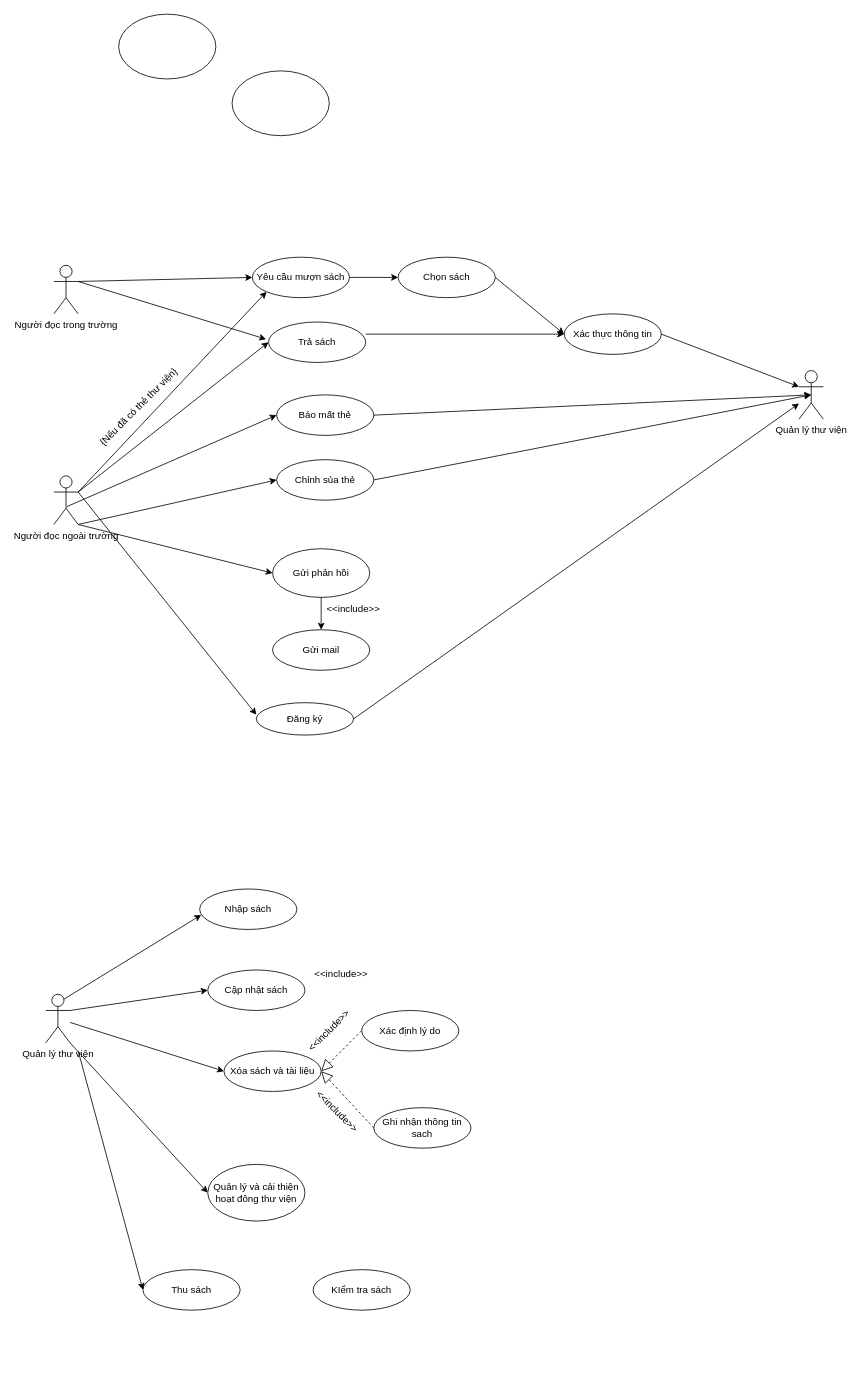
thanhtung12356/Project-library-management-system keeps this draw.io diagram as CNPM_Diagram.drawio. Above is the earlier version. Source tidied: cells renumbered, new cells numbered last; positions are measured from the earlier drawing's top-left corner, leaving out a move shared by most shapes. Both pictures are drawn from the tidied source at 81%, with x=0, y=0 at pixel (45, 14).
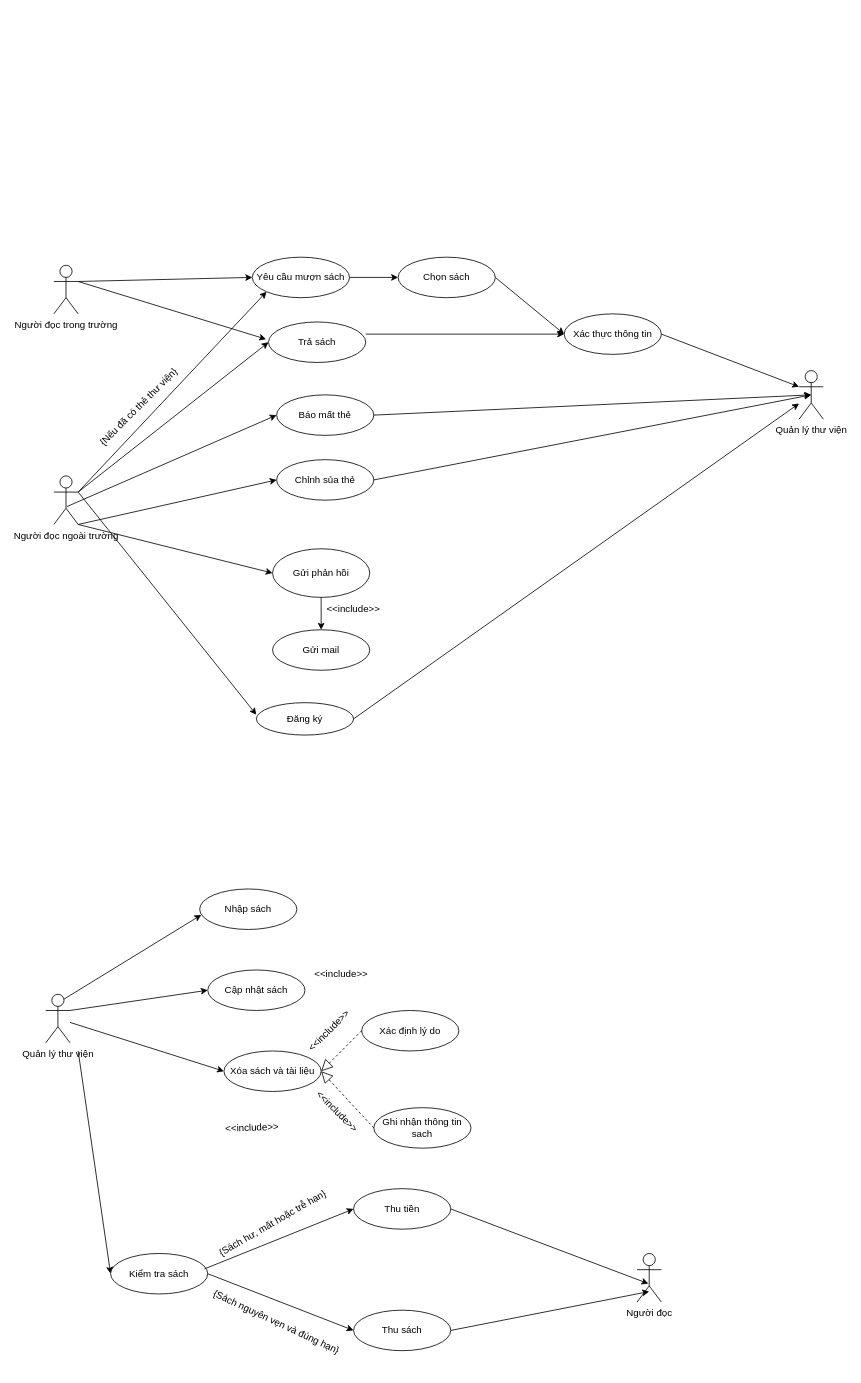
The same diagram, later.

Unchanged cells that the change refers to:
```xml
<mxCell id="35" value="Quản lý thư viện&lt;br&gt;" style="shape=umlActor;verticalLabelPosition=bottom;verticalAlign=top;html=1;" parent="1" vertex="1">
  <mxGeometry y="1210" width="30" height="60" as="geometry" />
</mxCell>
```

The edit, as a diff of the source:
```diff
@@
-    <mxCell id="5" style="ellipse;whiteSpace=wrap;html=1;" parent="1" vertex="1">
-      <mxGeometry x="90" width="120" height="80" as="geometry" />
-    </mxCell>
-    <mxCell id="6" style="ellipse;whiteSpace=wrap;html=1;" parent="1" vertex="1">
-      <mxGeometry x="230" y="70" width="120" height="80" as="geometry" />
-    </mxCell>
@@
-    <mxCell id="38" value="Quản lý và cải thiện hoạt đông thư viện" style="ellipse;whiteSpace=wrap;html=1;" parent="1" vertex="1">
-      <mxGeometry x="200" y="1420" width="120" height="70" as="geometry" />
-    </mxCell>
-    <mxCell id="39" value="Thu sách" style="ellipse;whiteSpace=wrap;html=1;" parent="1" vertex="1">
-      <mxGeometry x="120" y="1550" width="120" height="50" as="geometry" />
-    </mxCell>
@@
-    <mxCell id="48" style="endArrow=classic;html=1;rounded=0;exitX=1;exitY=1;exitDx=0;exitDy=0;exitPerimeter=0;entryX=0;entryY=0.5;entryDx=0;entryDy=0;" parent="1" edge="1" source="35" target="38">
-      <mxGeometry relative="1" as="geometry" />
-    </mxCell>
-    <mxCell id="49" style="endArrow=classic;html=1;rounded=0;exitX=1;exitY=1;exitDx=0;exitDy=0;exitPerimeter=0;entryX=0;entryY=0.5;entryDx=0;entryDy=0;" parent="1" edge="1" target="39">
+    <mxCell id="49" style="endArrow=classic;html=1;rounded=0;exitX=1;exitY=1;exitDx=0;exitDy=0;exitPerimeter=0;entryX=0;entryY=0.5;entryDx=0;entryDy=0;" parent="1" edge="1" target="52">
       <mxGeometry relative="1" as="geometry">
         <mxPoint x="40" y="1280" as="sourcePoint" />
       </mxGeometry>
     </mxCell>
@@
-    <mxCell id="52" value="KIểm tra sách" style="ellipse;whiteSpace=wrap;html=1;" parent="1" vertex="1">
-      <mxGeometry x="330" y="1550" width="120" height="50" as="geometry" />
+    <mxCell id="52" value="Kiểm tra sách" style="ellipse;whiteSpace=wrap;html=1;" parent="1" vertex="1">
+      <mxGeometry x="80" y="1530" width="120" height="50" as="geometry" />
     </mxCell>
+    <mxCell id="53" value="Người đọc&lt;br&gt;" style="shape=umlActor;verticalLabelPosition=bottom;verticalAlign=top;html=1;" parent="1" vertex="1">
+      <mxGeometry x="730" y="1530" width="30" height="60" as="geometry" />
+    </mxCell>
+    <mxCell id="54" value="&amp;lt;&amp;lt;include&amp;gt;&amp;gt;" style="text;html=1;strokeColor=none;fillColor=none;align=center;verticalAlign=middle;whiteSpace=wrap;rounded=0;rotation=-2;" parent="1" vertex="1">
+      <mxGeometry x="225" y="1360" width="60" height="30" as="geometry" />
+    </mxCell>
+    <mxCell id="55" style="endArrow=classic;html=1;rounded=0;entryX=0.467;entryY=0.621;entryDx=0;entryDy=0;entryPerimeter=0;exitX=1;exitY=0.5;exitDx=0;exitDy=0;" parent="1" edge="1" source="56" target="53">
+      <mxGeometry relative="1" as="geometry" />
+    </mxCell>
+    <mxCell id="56" value="Thu tiền" style="ellipse;whiteSpace=wrap;html=1;" parent="1" vertex="1">
+      <mxGeometry x="380" y="1450" width="120" height="50" as="geometry" />
+    </mxCell>
+    <mxCell id="39" value="Thu sách" style="ellipse;whiteSpace=wrap;html=1;" parent="1" vertex="1">
+      <mxGeometry x="380" y="1600" width="120" height="50" as="geometry" />
+    </mxCell>
+    <mxCell id="57" style="endArrow=classic;html=1;rounded=0;entryX=0.5;entryY=0.783;entryDx=0;entryDy=0;entryPerimeter=0;exitX=1;exitY=0.5;exitDx=0;exitDy=0;" parent="1" edge="1" source="39" target="53">
+      <mxGeometry relative="1" as="geometry" />
+    </mxCell>
+    <mxCell id="58" style="endArrow=classic;html=1;rounded=0;exitX=0.967;exitY=0.38;exitDx=0;exitDy=0;exitPerimeter=0;entryX=0;entryY=0.5;entryDx=0;entryDy=0;" parent="1" edge="1" source="52" target="56">
+      <mxGeometry relative="1" as="geometry" />
+    </mxCell>
+    <mxCell id="59" style="endArrow=classic;html=1;rounded=0;exitX=1;exitY=0.5;exitDx=0;exitDy=0;entryX=0;entryY=0.5;entryDx=0;entryDy=0;" parent="1" edge="1" source="52" target="39">
+      <mxGeometry relative="1" as="geometry" />
+    </mxCell>
+    <mxCell id="60" value="{Sách hư, mất hoặc trễ hạn}" style="text;html=1;strokeColor=none;fillColor=none;align=center;verticalAlign=middle;whiteSpace=wrap;rounded=0;rotation=-30;" parent="1" vertex="1">
+      <mxGeometry x="197.6" y="1478.1" width="164.9" height="30" as="geometry" />
+    </mxCell>
+    <mxCell id="61" value="{Sách nguyên vẹn và đúng hạn}&lt;br&gt;" style="text;html=1;strokeColor=none;fillColor=none;align=center;verticalAlign=middle;whiteSpace=wrap;rounded=0;rotation=25;" parent="1" vertex="1">
+      <mxGeometry x="180" y="1600" width="210" height="30" as="geometry" />
+    </mxCell>
```
